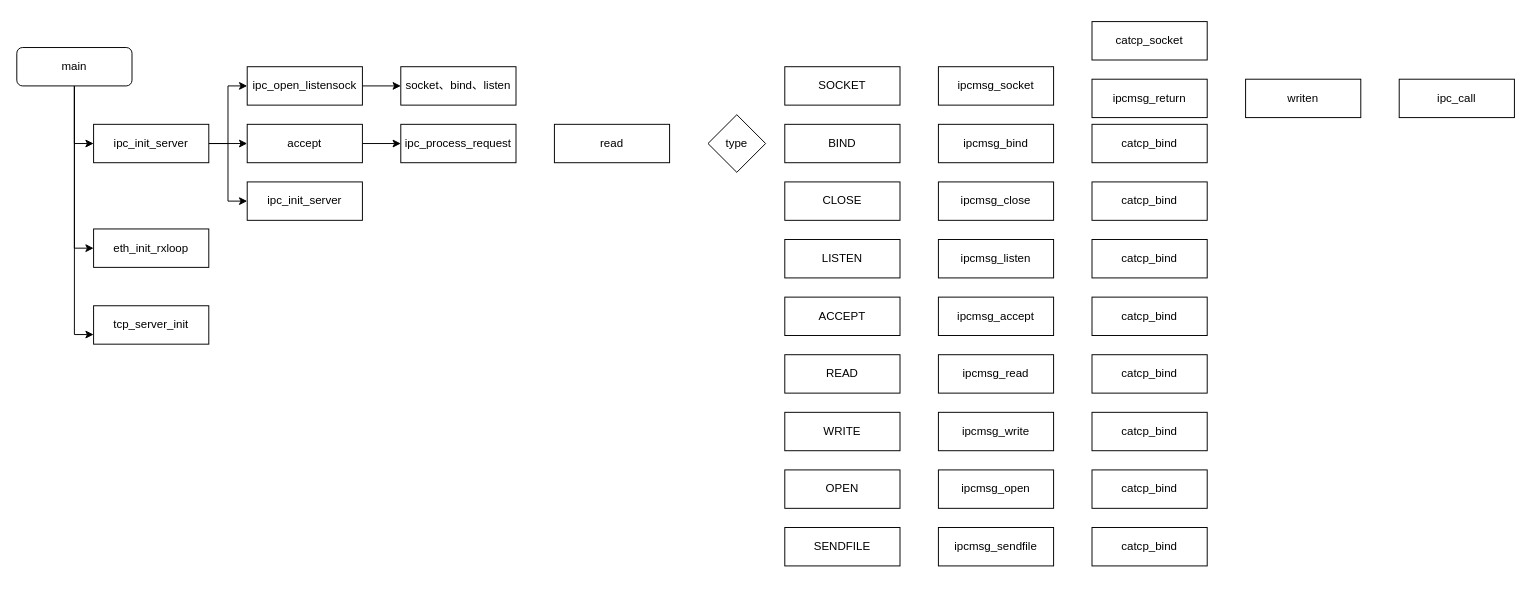
Above: taptcpip.drawio in ctimbai/draw.io (draw.io), before the change. Source tidied: cells renumbered, new cells numbered last; positions are measured from the earlier drawing's top-left corner, leaving out a move shared by most shapes. Both pictures are drawn from the tidied source at 96%, with x=0, y=0 at pixel (16, 21).
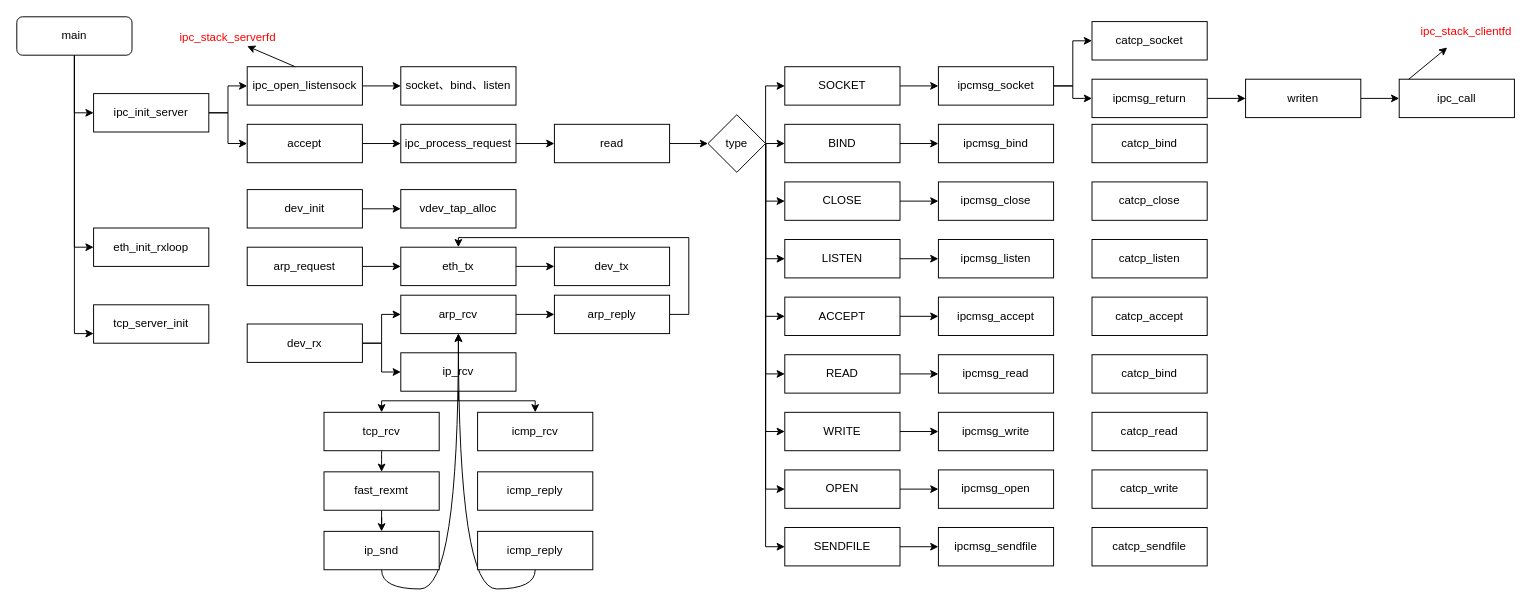
The same diagram, later.

The change refers to these unchanged cells:
```xml
<mxCell id="18" value="ipc_process_request" style="rounded=0;whiteSpace=wrap;html=1;" parent="1" vertex="1">
  <mxGeometry x="400" y="107" width="120" height="40" as="geometry" />
</mxCell>
<mxCell id="19" value="read" style="rounded=0;whiteSpace=wrap;html=1;" parent="1" vertex="1">
  <mxGeometry x="560" y="107" width="120" height="40" as="geometry" />
</mxCell>
<mxCell id="20" value="type" style="rhombus;whiteSpace=wrap;html=1;rounded=0;glass=1;" parent="1" vertex="1">
  <mxGeometry x="720" y="97" width="60" height="60" as="geometry" />
</mxCell>
<mxCell id="21" value="SOCKET" style="rounded=0;whiteSpace=wrap;html=1;" parent="1" vertex="1">
  <mxGeometry x="800" y="47" width="120" height="40" as="geometry" />
</mxCell>
<mxCell id="22" value="BIND" style="rounded=0;whiteSpace=wrap;html=1;" parent="1" vertex="1">
  <mxGeometry x="800" y="107" width="120" height="40" as="geometry" />
</mxCell>
<mxCell id="23" value="CLOSE" style="rounded=0;whiteSpace=wrap;html=1;" parent="1" vertex="1">
  <mxGeometry x="800" y="167" width="120" height="40" as="geometry" />
</mxCell>
<mxCell id="24" value="LISTEN" style="rounded=0;whiteSpace=wrap;html=1;" parent="1" vertex="1">
  <mxGeometry x="800" y="227" width="120" height="40" as="geometry" />
</mxCell>
<mxCell id="25" value="ACCEPT" style="rounded=0;whiteSpace=wrap;html=1;" parent="1" vertex="1">
  <mxGeometry x="800" y="287" width="120" height="40" as="geometry" />
</mxCell>
<mxCell id="26" value="READ" style="rounded=0;whiteSpace=wrap;html=1;" parent="1" vertex="1">
  <mxGeometry x="800" y="347" width="120" height="40" as="geometry" />
</mxCell>
<mxCell id="27" value="WRITE" style="rounded=0;whiteSpace=wrap;html=1;" parent="1" vertex="1">
  <mxGeometry x="800" y="407" width="120" height="40" as="geometry" />
</mxCell>
<mxCell id="28" value="OPEN" style="rounded=0;whiteSpace=wrap;html=1;" parent="1" vertex="1">
  <mxGeometry x="800" y="467" width="120" height="40" as="geometry" />
</mxCell>
<mxCell id="29" value="SENDFILE" style="rounded=0;whiteSpace=wrap;html=1;" parent="1" vertex="1">
  <mxGeometry x="800" y="527" width="120" height="40" as="geometry" />
</mxCell>
<mxCell id="30" value="ipcmsg_socket" style="rounded=0;whiteSpace=wrap;html=1;" parent="1" vertex="1">
  <mxGeometry x="960" y="47" width="120" height="40" as="geometry" />
</mxCell>
<mxCell id="31" value="catcp_socket" style="rounded=0;whiteSpace=wrap;html=1;" parent="1" vertex="1">
  <mxGeometry x="1120" width="120" height="40" as="geometry" />
</mxCell>
<mxCell id="32" value="ipcmsg_return" style="rounded=0;whiteSpace=wrap;html=1;" parent="1" vertex="1">
  <mxGeometry x="1120" y="60" width="120" height="40" as="geometry" />
</mxCell>
<mxCell id="33" value="writen" style="rounded=0;whiteSpace=wrap;html=1;" parent="1" vertex="1">
  <mxGeometry x="1280" y="60" width="120" height="40" as="geometry" />
</mxCell>
<mxCell id="34" value="ipc_call" style="rounded=0;whiteSpace=wrap;html=1;" parent="1" vertex="1">
  <mxGeometry x="1440" y="60" width="120" height="40" as="geometry" />
</mxCell>
<mxCell id="35" value="ipcmsg_bind" style="rounded=0;whiteSpace=wrap;html=1;" parent="1" vertex="1">
  <mxGeometry x="960" y="107" width="120" height="40" as="geometry" />
</mxCell>
<mxCell id="36" value="ipcmsg_close" style="rounded=0;whiteSpace=wrap;html=1;" parent="1" vertex="1">
  <mxGeometry x="960" y="167" width="120" height="40" as="geometry" />
</mxCell>
<mxCell id="37" value="ipcmsg_listen" style="rounded=0;whiteSpace=wrap;html=1;" parent="1" vertex="1">
  <mxGeometry x="960" y="227" width="120" height="40" as="geometry" />
</mxCell>
<mxCell id="38" value="ipcmsg_accept" style="rounded=0;whiteSpace=wrap;html=1;" parent="1" vertex="1">
  <mxGeometry x="960" y="287" width="120" height="40" as="geometry" />
</mxCell>
<mxCell id="39" value="ipcmsg_read" style="rounded=0;whiteSpace=wrap;html=1;" parent="1" vertex="1">
  <mxGeometry x="960" y="347" width="120" height="40" as="geometry" />
</mxCell>
<mxCell id="40" value="ipcmsg_write" style="rounded=0;whiteSpace=wrap;html=1;" parent="1" vertex="1">
  <mxGeometry x="960" y="407" width="120" height="40" as="geometry" />
</mxCell>
<mxCell id="41" value="ipcmsg_open" style="rounded=0;whiteSpace=wrap;html=1;" parent="1" vertex="1">
  <mxGeometry x="960" y="467" width="120" height="40" as="geometry" />
</mxCell>
<mxCell id="42" value="ipcmsg_sendfile" style="rounded=0;whiteSpace=wrap;html=1;" parent="1" vertex="1">
  <mxGeometry x="960" y="527" width="120" height="40" as="geometry" />
</mxCell>
```

What changed in the source:
```diff
@@
     <mxCell id="5" value="main" style="rounded=1;whiteSpace=wrap;html=1;" parent="1" vertex="1">
-      <mxGeometry y="27" width="120" height="40" as="geometry" />
+      <mxGeometry y="-5" width="120" height="40" as="geometry" />
     </mxCell>
@@
-    <mxCell id="7" style="edgeStyle=orthogonalEdgeStyle;rounded=0;jettySize=auto;html=1;exitX=1;exitY=0.5;exitDx=0;exitDy=0;entryX=0;entryY=0.5;entryDx=0;entryDy=0;" parent="1" edge="1" source="9" target="16">
-      <mxGeometry relative="1" as="geometry" />
-    </mxCell>
@@
     <mxCell id="9" value="ipc_init_server" style="rounded=0;whiteSpace=wrap;html=1;" parent="1" vertex="1">
-      <mxGeometry x="80" y="107" width="120" height="40" as="geometry" />
+      <mxGeometry x="80" y="75" width="120" height="40" as="geometry" />
     </mxCell>
     <mxCell id="10" value="eth_init_rxloop" style="rounded=0;whiteSpace=wrap;html=1;" parent="1" vertex="1">
-      <mxGeometry x="80" y="216" width="120" height="40" as="geometry" />
+      <mxGeometry x="80" y="215" width="120" height="40" as="geometry" />
     </mxCell>
     <mxCell id="11" value="tcp_server_init" style="rounded=0;whiteSpace=wrap;html=1;" parent="1" vertex="1">
-      <mxGeometry x="80" y="296" width="120" height="40" as="geometry" />
+      <mxGeometry x="80" y="295" width="120" height="40" as="geometry" />
     </mxCell>
@@
-    <mxCell id="16" value="ipc_init_server" style="rounded=0;whiteSpace=wrap;html=1;" parent="1" vertex="1">
-      <mxGeometry x="240" y="167" width="120" height="40" as="geometry" />
-    </mxCell>
@@
+    <mxCell id="51" style="edgeStyle=orthogonalEdgeStyle;rounded=0;jettySize=auto;html=1;exitX=1;exitY=0.5;exitDx=0;exitDy=0;entryX=0;entryY=0.5;entryDx=0;entryDy=0;" parent="1" edge="1" source="18" target="19">
+      <mxGeometry relative="1" as="geometry" />
+    </mxCell>
@@
+    <mxCell id="52" style="edgeStyle=orthogonalEdgeStyle;rounded=0;jettySize=auto;html=1;exitX=1;exitY=0.5;exitDx=0;exitDy=0;entryX=0;entryY=0.5;entryDx=0;entryDy=0;" parent="1" edge="1" source="19" target="20">
+      <mxGeometry relative="1" as="geometry" />
+    </mxCell>
@@
+    <mxCell id="53" style="edgeStyle=orthogonalEdgeStyle;rounded=0;jettySize=auto;html=1;exitX=1;exitY=0.5;exitDx=0;exitDy=0;entryX=0;entryY=0.5;entryDx=0;entryDy=0;" parent="1" edge="1" source="20" target="21">
+      <mxGeometry relative="1" as="geometry">
+        <Array as="points">
+          <mxPoint x="780" y="67" />
+        </Array>
+      </mxGeometry>
+    </mxCell>
+    <mxCell id="54" style="edgeStyle=orthogonalEdgeStyle;rounded=0;jettySize=auto;html=1;exitX=1;exitY=0.5;exitDx=0;exitDy=0;entryX=0;entryY=0.5;entryDx=0;entryDy=0;" parent="1" edge="1" source="20" target="22">
+      <mxGeometry relative="1" as="geometry" />
+    </mxCell>
+    <mxCell id="55" style="edgeStyle=orthogonalEdgeStyle;rounded=0;jettySize=auto;html=1;exitX=1;exitY=0.5;exitDx=0;exitDy=0;entryX=0;entryY=0.5;entryDx=0;entryDy=0;" parent="1" edge="1" source="20" target="23">
+      <mxGeometry relative="1" as="geometry">
+        <Array as="points">
+          <mxPoint x="780" y="187" />
+        </Array>
+      </mxGeometry>
+    </mxCell>
+    <mxCell id="56" style="edgeStyle=orthogonalEdgeStyle;rounded=0;jettySize=auto;html=1;exitX=1;exitY=0.5;exitDx=0;exitDy=0;entryX=0;entryY=0.5;entryDx=0;entryDy=0;" parent="1" edge="1" source="20" target="24">
+      <mxGeometry relative="1" as="geometry">
+        <Array as="points">
+          <mxPoint x="780" y="247" />
+        </Array>
+      </mxGeometry>
+    </mxCell>
+    <mxCell id="57" style="edgeStyle=orthogonalEdgeStyle;rounded=0;jettySize=auto;html=1;exitX=1;exitY=0.5;exitDx=0;exitDy=0;entryX=0;entryY=0.5;entryDx=0;entryDy=0;" parent="1" edge="1" source="20" target="25">
+      <mxGeometry relative="1" as="geometry">
+        <Array as="points">
+          <mxPoint x="780" y="307" />
+        </Array>
+      </mxGeometry>
+    </mxCell>
+    <mxCell id="58" style="edgeStyle=orthogonalEdgeStyle;rounded=0;jettySize=auto;html=1;exitX=1;exitY=0.5;exitDx=0;exitDy=0;entryX=0;entryY=0.5;entryDx=0;entryDy=0;" parent="1" edge="1" source="20" target="26">
+      <mxGeometry relative="1" as="geometry">
+        <Array as="points">
+          <mxPoint x="780" y="367" />
+        </Array>
+      </mxGeometry>
+    </mxCell>
+    <mxCell id="59" style="edgeStyle=orthogonalEdgeStyle;rounded=0;jettySize=auto;html=1;exitX=1;exitY=0.5;exitDx=0;exitDy=0;entryX=0;entryY=0.5;entryDx=0;entryDy=0;" parent="1" edge="1" source="20" target="27">
+      <mxGeometry relative="1" as="geometry">
+        <Array as="points">
+          <mxPoint x="780" y="427" />
+        </Array>
+      </mxGeometry>
+    </mxCell>
+    <mxCell id="60" style="edgeStyle=orthogonalEdgeStyle;rounded=0;jettySize=auto;html=1;exitX=1;exitY=0.5;exitDx=0;exitDy=0;entryX=0;entryY=0.5;entryDx=0;entryDy=0;" parent="1" edge="1" source="20" target="28">
+      <mxGeometry relative="1" as="geometry">
+        <Array as="points">
+          <mxPoint x="780" y="487" />
+        </Array>
+      </mxGeometry>
+    </mxCell>
+    <mxCell id="61" style="edgeStyle=orthogonalEdgeStyle;rounded=0;jettySize=auto;html=1;exitX=1;exitY=0.5;exitDx=0;exitDy=0;entryX=0;entryY=0.5;entryDx=0;entryDy=0;" parent="1" edge="1" source="20" target="29">
+      <mxGeometry relative="1" as="geometry">
+        <Array as="points">
+          <mxPoint x="780" y="547" />
+        </Array>
+      </mxGeometry>
+    </mxCell>
@@
+    <mxCell id="62" style="edgeStyle=orthogonalEdgeStyle;rounded=0;jettySize=auto;html=1;" parent="1" edge="1" source="21" target="30">
+      <mxGeometry relative="1" as="geometry" />
+    </mxCell>
@@
+    <mxCell id="63" style="edgeStyle=orthogonalEdgeStyle;rounded=0;jettySize=auto;html=1;" parent="1" edge="1" source="22" target="35">
+      <mxGeometry relative="1" as="geometry" />
+    </mxCell>
@@
+    <mxCell id="64" style="edgeStyle=orthogonalEdgeStyle;rounded=0;jettySize=auto;html=1;" parent="1" edge="1" source="23" target="36">
+      <mxGeometry relative="1" as="geometry" />
+    </mxCell>
@@
+    <mxCell id="65" style="edgeStyle=orthogonalEdgeStyle;rounded=0;jettySize=auto;html=1;" parent="1" edge="1" source="24" target="37">
+      <mxGeometry relative="1" as="geometry" />
+    </mxCell>
@@
+    <mxCell id="66" style="edgeStyle=orthogonalEdgeStyle;rounded=0;jettySize=auto;html=1;" parent="1" edge="1" source="25" target="38">
+      <mxGeometry relative="1" as="geometry" />
+    </mxCell>
@@
+    <mxCell id="67" style="edgeStyle=orthogonalEdgeStyle;rounded=0;jettySize=auto;html=1;" parent="1" edge="1" source="26" target="39">
+      <mxGeometry relative="1" as="geometry" />
+    </mxCell>
@@
+    <mxCell id="68" style="edgeStyle=orthogonalEdgeStyle;rounded=0;jettySize=auto;html=1;" parent="1" edge="1" source="27" target="40">
+      <mxGeometry relative="1" as="geometry" />
+    </mxCell>
@@
+    <mxCell id="69" style="edgeStyle=orthogonalEdgeStyle;rounded=0;jettySize=auto;html=1;" parent="1" edge="1" source="28" target="41">
+      <mxGeometry relative="1" as="geometry" />
+    </mxCell>
@@
+    <mxCell id="70" style="edgeStyle=orthogonalEdgeStyle;rounded=0;jettySize=auto;html=1;" parent="1" edge="1" source="29" target="42">
+      <mxGeometry relative="1" as="geometry" />
+    </mxCell>
@@
+    <mxCell id="71" style="edgeStyle=orthogonalEdgeStyle;rounded=0;jettySize=auto;html=1;exitX=1;exitY=0.5;exitDx=0;exitDy=0;entryX=0;entryY=0.5;entryDx=0;entryDy=0;" parent="1" edge="1" source="30" target="31">
+      <mxGeometry relative="1" as="geometry" />
+    </mxCell>
+    <mxCell id="72" style="edgeStyle=orthogonalEdgeStyle;rounded=0;jettySize=auto;html=1;exitX=1;exitY=0.5;exitDx=0;exitDy=0;entryX=0;entryY=0.5;entryDx=0;entryDy=0;" parent="1" edge="1" source="30" target="32">
+      <mxGeometry relative="1" as="geometry" />
+    </mxCell>
@@
+    <mxCell id="73" style="edgeStyle=orthogonalEdgeStyle;rounded=0;jettySize=auto;html=1;" parent="1" edge="1" source="32" target="33">
+      <mxGeometry relative="1" as="geometry" />
+    </mxCell>
@@
+    <mxCell id="74" style="edgeStyle=orthogonalEdgeStyle;rounded=0;jettySize=auto;html=1;" parent="1" edge="1" source="33" target="34">
+      <mxGeometry relative="1" as="geometry" />
+    </mxCell>
@@
-    <mxCell id="44" value="catcp_bind" style="rounded=0;whiteSpace=wrap;html=1;" parent="1" vertex="1">
+    <mxCell id="44" value="catcp_close" style="rounded=0;whiteSpace=wrap;html=1;" parent="1" vertex="1">
       <mxGeometry x="1120" y="167" width="120" height="40" as="geometry" />
     </mxCell>
-    <mxCell id="45" value="catcp_bind" style="rounded=0;whiteSpace=wrap;html=1;" parent="1" vertex="1">
+    <mxCell id="45" value="catcp_listen" style="rounded=0;whiteSpace=wrap;html=1;" parent="1" vertex="1">
       <mxGeometry x="1120" y="227" width="120" height="40" as="geometry" />
     </mxCell>
-    <mxCell id="46" value="catcp_bind" style="rounded=0;whiteSpace=wrap;html=1;" parent="1" vertex="1">
+    <mxCell id="46" value="catcp_accept" style="rounded=0;whiteSpace=wrap;html=1;" parent="1" vertex="1">
       <mxGeometry x="1120" y="287" width="120" height="40" as="geometry" />
     </mxCell>
@@
-    <mxCell id="48" value="catcp_bind" style="rounded=0;whiteSpace=wrap;html=1;" parent="1" vertex="1">
+    <mxCell id="48" value="catcp_read" style="rounded=0;whiteSpace=wrap;html=1;" parent="1" vertex="1">
       <mxGeometry x="1120" y="407" width="120" height="40" as="geometry" />
     </mxCell>
-    <mxCell id="49" value="catcp_bind" style="rounded=0;whiteSpace=wrap;html=1;" parent="1" vertex="1">
+    <mxCell id="49" value="catcp_write" style="rounded=0;whiteSpace=wrap;html=1;" parent="1" vertex="1">
       <mxGeometry x="1120" y="467" width="120" height="40" as="geometry" />
     </mxCell>
-    <mxCell id="50" value="catcp_bind" style="rounded=0;whiteSpace=wrap;html=1;" parent="1" vertex="1">
+    <mxCell id="50" value="catcp_sendfile" style="rounded=0;whiteSpace=wrap;html=1;" parent="1" vertex="1">
       <mxGeometry x="1120" y="527" width="120" height="40" as="geometry" />
     </mxCell>
+    <mxCell id="75" value="&lt;font color=&quot;#ff0000&quot;&gt;ipc_stack_serverfd&lt;/font&gt;" style="text;html=1;strokeColor=none;fillColor=none;align=center;verticalAlign=middle;whiteSpace=wrap;rounded=0;" parent="1" vertex="1">
+      <mxGeometry x="200" y="7" width="40" height="20" as="geometry" />
+    </mxCell>
+    <mxCell id="76" style="endArrow=classic;html=1;" parent="1" edge="1" target="75">
+      <mxGeometry relative="1" as="geometry">
+        <mxPoint x="290" y="47" as="sourcePoint" />
+      </mxGeometry>
+    </mxCell>
+    <mxCell id="77" value="&lt;font color=&quot;#ff0000&quot;&gt;ipc_stack_clientfd&lt;/font&gt;" style="text;html=1;strokeColor=none;fillColor=none;align=center;verticalAlign=middle;whiteSpace=wrap;rounded=0;" parent="1" vertex="1">
+      <mxGeometry x="1490" width="40" height="20" as="geometry" />
+    </mxCell>
+    <mxCell id="78" style="endArrow=classic;html=1;exitX=0.083;exitY=0;exitDx=0;exitDy=0;exitPerimeter=0;" parent="1" edge="1" source="34">
+      <mxGeometry relative="1" as="geometry">
+        <mxPoint x="1490" y="27" as="targetPoint" />
+      </mxGeometry>
+    </mxCell>
+    <mxCell id="79" style="edgeStyle=orthogonalEdgeStyle;rounded=0;jettySize=auto;html=1;" parent="1" edge="1" source="80" target="81">
+      <mxGeometry relative="1" as="geometry" />
+    </mxCell>
+    <mxCell id="80" value="dev_init" style="rounded=0;whiteSpace=wrap;html=1;" parent="1" vertex="1">
+      <mxGeometry x="240" y="175" width="120" height="40" as="geometry" />
+    </mxCell>
+    <mxCell id="81" value="vdev_tap_alloc" style="rounded=0;whiteSpace=wrap;html=1;" parent="1" vertex="1">
+      <mxGeometry x="400" y="175" width="120" height="40" as="geometry" />
+    </mxCell>
+    <mxCell id="82" style="edgeStyle=orthogonalEdgeStyle;rounded=0;jettySize=auto;html=1;" parent="1" edge="1" source="83" target="85">
+      <mxGeometry relative="1" as="geometry" />
+    </mxCell>
+    <mxCell id="83" value="arp_request" style="rounded=0;whiteSpace=wrap;html=1;" parent="1" vertex="1">
+      <mxGeometry x="240" y="235" width="120" height="40" as="geometry" />
+    </mxCell>
+    <mxCell id="84" style="edgeStyle=orthogonalEdgeStyle;rounded=0;jettySize=auto;html=1;exitX=1;exitY=0.5;exitDx=0;exitDy=0;" parent="1" edge="1" source="85" target="86">
+      <mxGeometry relative="1" as="geometry" />
+    </mxCell>
+    <mxCell id="85" value="eth_tx" style="rounded=0;whiteSpace=wrap;html=1;" parent="1" vertex="1">
+      <mxGeometry x="400" y="235" width="120" height="40" as="geometry" />
+    </mxCell>
+    <mxCell id="86" value="dev_tx" style="rounded=0;whiteSpace=wrap;html=1;" parent="1" vertex="1">
+      <mxGeometry x="560" y="235" width="120" height="40" as="geometry" />
+    </mxCell>
+    <mxCell id="87" style="edgeStyle=orthogonalEdgeStyle;rounded=0;jettySize=auto;html=1;exitX=1;exitY=0.5;exitDx=0;exitDy=0;entryX=0;entryY=0.5;entryDx=0;entryDy=0;" parent="1" edge="1" source="89" target="91">
+      <mxGeometry relative="1" as="geometry" />
+    </mxCell>
+    <mxCell id="88" style="edgeStyle=orthogonalEdgeStyle;rounded=0;jettySize=auto;html=1;exitX=1;exitY=0.5;exitDx=0;exitDy=0;entryX=0;entryY=0.5;entryDx=0;entryDy=0;" parent="1" edge="1" source="89" target="94">
+      <mxGeometry relative="1" as="geometry" />
+    </mxCell>
+    <mxCell id="89" value="dev_rx" style="rounded=0;whiteSpace=wrap;html=1;" parent="1" vertex="1">
+      <mxGeometry x="240" y="315" width="120" height="40" as="geometry" />
+    </mxCell>
+    <mxCell id="90" style="edgeStyle=orthogonalEdgeStyle;rounded=0;jettySize=auto;html=1;" parent="1" edge="1" source="91" target="96">
+      <mxGeometry relative="1" as="geometry" />
+    </mxCell>
+    <mxCell id="91" value="arp_rcv" style="rounded=0;whiteSpace=wrap;html=1;" parent="1" vertex="1">
+      <mxGeometry x="400" y="285" width="120" height="40" as="geometry" />
+    </mxCell>
+    <mxCell id="92" style="edgeStyle=orthogonalEdgeStyle;rounded=0;jettySize=auto;html=1;exitX=0.5;exitY=1;exitDx=0;exitDy=0;entryX=0.5;entryY=0;entryDx=0;entryDy=0;" parent="1" edge="1" source="94" target="98">
+      <mxGeometry relative="1" as="geometry">
+        <Array as="points">
+          <mxPoint x="460" y="395" />
+          <mxPoint x="380" y="395" />
+        </Array>
+      </mxGeometry>
+    </mxCell>
+    <mxCell id="93" style="edgeStyle=orthogonalEdgeStyle;rounded=0;jettySize=auto;html=1;exitX=0.5;exitY=1;exitDx=0;exitDy=0;entryX=0.5;entryY=0;entryDx=0;entryDy=0;" parent="1" edge="1" source="94" target="99">
+      <mxGeometry relative="1" as="geometry">
+        <Array as="points">
+          <mxPoint x="460" y="395" />
+          <mxPoint x="540" y="395" />
+        </Array>
+      </mxGeometry>
+    </mxCell>
+    <mxCell id="94" value="ip_rcv" style="rounded=0;whiteSpace=wrap;html=1;" parent="1" vertex="1">
+      <mxGeometry x="400" y="345" width="120" height="40" as="geometry" />
+    </mxCell>
+    <mxCell id="95" style="edgeStyle=orthogonalEdgeStyle;rounded=0;jettySize=auto;html=1;exitX=1;exitY=0.5;exitDx=0;exitDy=0;entryX=0.5;entryY=0;entryDx=0;entryDy=0;" parent="1" edge="1" source="96" target="85">
+      <mxGeometry relative="1" as="geometry">
+        <Array as="points">
+          <mxPoint x="700" y="305" />
+          <mxPoint x="700" y="225" />
+          <mxPoint x="460" y="225" />
+        </Array>
+      </mxGeometry>
+    </mxCell>
+    <mxCell id="96" value="arp_reply" style="rounded=0;whiteSpace=wrap;html=1;" parent="1" vertex="1">
+      <mxGeometry x="560" y="285" width="120" height="40" as="geometry" />
+    </mxCell>
+    <mxCell id="97" style="edgeStyle=orthogonalEdgeStyle;curved=1;rounded=0;jettySize=auto;html=1;exitX=0.5;exitY=1;exitDx=0;exitDy=0;entryX=0.5;entryY=0;entryDx=0;entryDy=0;" parent="1" edge="1" source="98" target="104">
+      <mxGeometry relative="1" as="geometry" />
+    </mxCell>
+    <mxCell id="98" value="tcp_rcv" style="rounded=0;whiteSpace=wrap;html=1;" parent="1" vertex="1">
+      <mxGeometry x="320" y="407" width="120" height="40" as="geometry" />
+    </mxCell>
+    <mxCell id="99" value="icmp_rcv" style="rounded=0;whiteSpace=wrap;html=1;" parent="1" vertex="1">
+      <mxGeometry x="480" y="407" width="120" height="40" as="geometry" />
+    </mxCell>
+    <mxCell id="100" value="icmp_reply" style="rounded=0;whiteSpace=wrap;html=1;" parent="1" vertex="1">
+      <mxGeometry x="480" y="469" width="120" height="40" as="geometry" />
+    </mxCell>
+    <mxCell id="101" style="edgeStyle=orthogonalEdgeStyle;curved=1;rounded=0;jettySize=auto;html=1;exitX=0.5;exitY=1;exitDx=0;exitDy=0;" parent="1" edge="1" source="102" target="91">
+      <mxGeometry relative="1" as="geometry" />
+    </mxCell>
+    <mxCell id="102" value="icmp_reply" style="rounded=0;whiteSpace=wrap;html=1;" parent="1" vertex="1">
+      <mxGeometry x="480" y="531" width="120" height="40" as="geometry" />
+    </mxCell>
+    <mxCell id="103" style="edgeStyle=orthogonalEdgeStyle;curved=1;rounded=0;jettySize=auto;html=1;exitX=0.5;exitY=1;exitDx=0;exitDy=0;" parent="1" edge="1" source="104" target="106">
+      <mxGeometry relative="1" as="geometry" />
+    </mxCell>
+    <mxCell id="104" value="fast_rexmt" style="rounded=0;whiteSpace=wrap;html=1;" parent="1" vertex="1">
+      <mxGeometry x="320" y="469" width="120" height="40" as="geometry" />
+    </mxCell>
+    <mxCell id="105" style="edgeStyle=orthogonalEdgeStyle;curved=1;rounded=0;jettySize=auto;html=1;exitX=0.5;exitY=1;exitDx=0;exitDy=0;" parent="1" edge="1" source="106" target="91">
+      <mxGeometry relative="1" as="geometry" />
+    </mxCell>
+    <mxCell id="106" value="ip_snd" style="rounded=0;whiteSpace=wrap;html=1;" parent="1" vertex="1">
+      <mxGeometry x="320" y="531" width="120" height="40" as="geometry" />
+    </mxCell>
```
